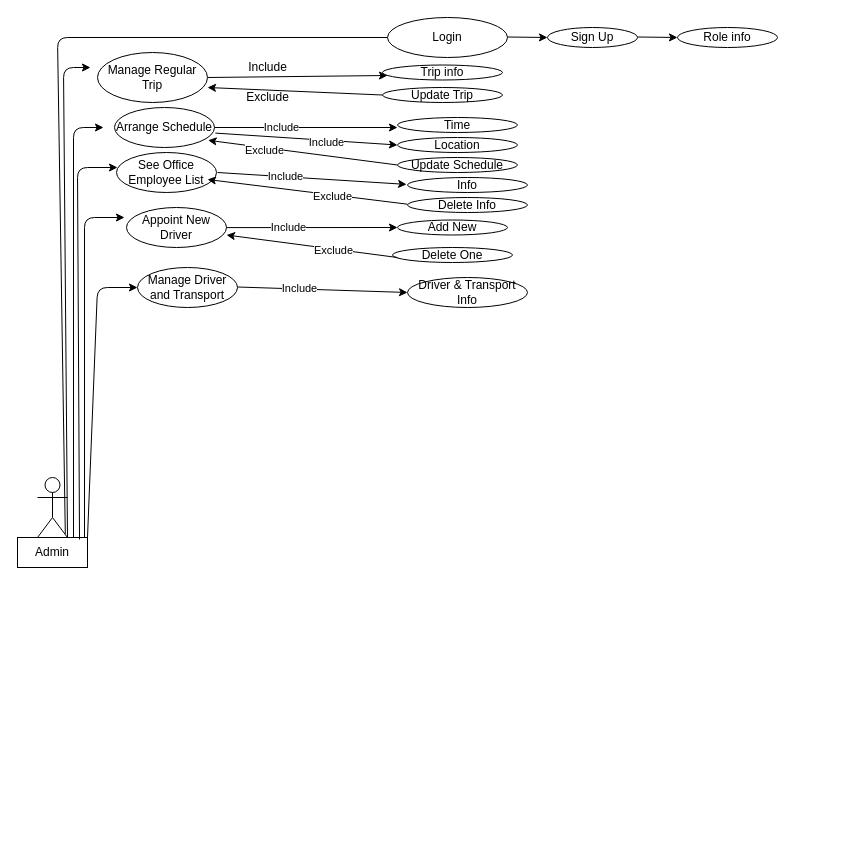
Above: Untitled Diagram.drawio in SHIMAISRAFIL/Transport-Schedule (draw.io), before the change. Source tidied: cells renumbered, new cells numbered last; positions are measured from the earlier drawing's top-left corner, leaving out a move shared by most shapes. Both pictures are drawn from the tidied source at 100%, with x=0, y=0 at pixel (17, 17).
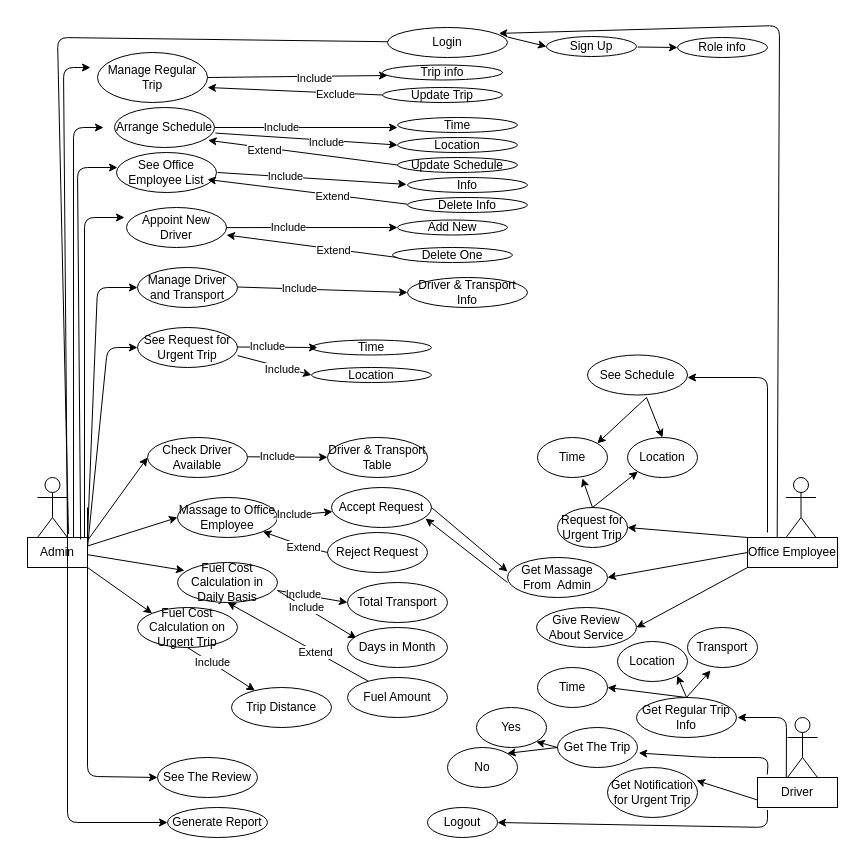
Above is the later version.

Unchanged cells that the change refers to:
```xml
<mxCell id="6" style="endArrow=classic;html=1;exitX=1;exitY=0.5;exitDx=0;exitDy=0;" parent="1" edge="1" source="19">
  <mxGeometry relative="1" as="geometry">
    <mxPoint x="370" y="58" as="targetPoint" />
  </mxGeometry>
</mxCell>
<mxCell id="11" style="endArrow=classic;html=1;exitX=0;exitY=0.5;exitDx=0;exitDy=0;" parent="1" edge="1" source="10">
  <mxGeometry relative="1" as="geometry">
    <mxPoint x="190" y="70" as="targetPoint" />
  </mxGeometry>
</mxCell>
<mxCell id="27" style="endArrow=classic;html=1;exitX=0;exitY=0.5;exitDx=0;exitDy=0;entryX=0.936;entryY=0.82;entryDx=0;entryDy=0;entryPerimeter=0;" parent="1" edge="1" target="5">
  <mxGeometry relative="1" as="geometry">
    <mxPoint x="380" y="147.5" as="sourcePoint" />
  </mxGeometry>
</mxCell>
<mxCell id="35" style="endArrow=classic;html=1;exitX=0;exitY=0.5;exitDx=0;exitDy=0;" parent="1" edge="1">
  <mxGeometry relative="1" as="geometry">
    <mxPoint x="390" y="186.7" as="sourcePoint" />
    <mxPoint x="190" y="162" as="targetPoint" />
  </mxGeometry>
</mxCell>
<mxCell id="43" style="endArrow=classic;html=1;" parent="1" edge="1">
  <mxGeometry relative="1" as="geometry">
    <mxPoint x="380" y="240" as="sourcePoint" />
    <mxPoint x="209" y="217.5" as="targetPoint" />
  </mxGeometry>
</mxCell>
```

What changed in the source:
```diff
@@
     <mxCell id="3" value="Admin" style="rounded=0;whiteSpace=wrap;html=1;" parent="1" vertex="1">
-      <mxGeometry y="520" width="70" height="30" as="geometry" />
+      <mxGeometry x="10" y="520" width="60" height="30" as="geometry" />
     </mxCell>
     <mxCell id="4" value="Login" style="ellipse;whiteSpace=wrap;html=1;" parent="1" vertex="1">
-      <mxGeometry x="370" width="120" height="40" as="geometry" />
+      <mxGeometry x="370" y="10" width="120" height="30" as="geometry" />
     </mxCell>
@@
-    <mxCell id="7" value="Include" style="text;html=1;align=center;verticalAlign=middle;strokeColor=none;" parent="1" vertex="1">
-      <mxGeometry x="220" y="40" width="60" height="20" as="geometry" />
-    </mxCell>
+    <mxCell id="50" value="Include" style="edgeLabel;html=1;align=center;verticalAlign=middle;" parent="6" vertex="1">
+      <mxGeometry x="0.18" y="-2" relative="1" as="geometry" />
+    </mxCell>
@@
-    <mxCell id="12" value="Exclude" style="text;html=1;align=center;verticalAlign=middle;strokeColor=none;" parent="1" vertex="1">
-      <mxGeometry x="220" y="70" width="60" height="20" as="geometry" />
+    <mxCell id="12" value="Exclude" style="edgeLabel;html=1;align=center;verticalAlign=middle;" parent="11" vertex="1">
+      <mxGeometry x="-0.45" y="1" relative="1" as="geometry" />
     </mxCell>
-    <mxCell id="13" style="endArrow=classic;html=1;" parent="1" edge="1" target="14">
+    <mxCell id="13" style="endArrow=classic;html=1;entryX=0;entryY=0.5;entryDx=0;entryDy=0;" parent="1" edge="1" target="14">
       <mxGeometry relative="1" as="geometry">
         <mxPoint x="490" y="19.5" as="sourcePoint" />
       </mxGeometry>
     </mxCell>
     <mxCell id="14" value="Sign Up" style="ellipse;whiteSpace=wrap;html=1;" parent="1" vertex="1">
-      <mxGeometry x="530" y="10" width="90" height="20" as="geometry" />
+      <mxGeometry x="529" y="19" width="90" height="20" as="geometry" />
     </mxCell>
     <mxCell id="15" style="endArrow=classic;html=1;" parent="1" edge="1">
       <mxGeometry relative="1" as="geometry">
-        <mxPoint x="620" y="19.5" as="sourcePoint" />
-        <mxPoint x="660" y="20" as="targetPoint" />
+        <mxPoint x="620" y="29.5" as="sourcePoint" />
+        <mxPoint x="660" y="30" as="targetPoint" />
       </mxGeometry>
     </mxCell>
     <mxCell id="16" value="Role info" style="ellipse;whiteSpace=wrap;html=1;" parent="1" vertex="1">
-      <mxGeometry x="660" y="10" width="100" height="20" as="geometry" />
+      <mxGeometry x="660" y="20" width="90" height="20" as="geometry" />
     </mxCell>
@@
-    <mxCell id="28" value="Exclude" style="edgeLabel;html=1;align=center;verticalAlign=middle;" parent="27" vertex="1">
+    <mxCell id="28" value="Extend" style="edgeLabel;html=1;align=center;verticalAlign=middle;" parent="27" vertex="1">
       <mxGeometry x="0.4" y="2" relative="1" as="geometry" />
     </mxCell>
@@
-    <mxCell id="36" value="Exclude" style="edgeLabel;html=1;align=center;verticalAlign=middle;" parent="35" vertex="1">
+    <mxCell id="36" value="Extend" style="edgeLabel;html=1;align=center;verticalAlign=middle;" parent="35" vertex="1">
       <mxGeometry x="-0.25" y="1" relative="1" as="geometry" />
     </mxCell>
@@
-    <mxCell id="44" value="Exclude" style="edgeLabel;html=1;align=center;verticalAlign=middle;" parent="43" vertex="1">
+    <mxCell id="44" value="Extend" style="edgeLabel;html=1;align=center;verticalAlign=middle;" parent="43" vertex="1">
       <mxGeometry x="-0.25" y="1" relative="1" as="geometry" />
     </mxCell>
@@
+    <mxCell id="51" style="endArrow=classic;html=1;" parent="1" edge="1">
+      <mxGeometry relative="1" as="geometry">
+        <mxPoint x="70" y="530" as="sourcePoint" />
+        <mxPoint x="120" y="330" as="targetPoint" />
+        <Array as="points">
+          <mxPoint x="90" y="330" />
+        </Array>
+      </mxGeometry>
+    </mxCell>
+    <mxCell id="52" value="See Request for Urgent Trip" style="ellipse;whiteSpace=wrap;html=1;" parent="1" vertex="1">
+      <mxGeometry x="120" y="310" width="100" height="40" as="geometry" />
+    </mxCell>
+    <mxCell id="53" value="Time" style="ellipse;whiteSpace=wrap;html=1;" parent="1" vertex="1">
+      <mxGeometry x="294" y="322.5" width="120" height="15" as="geometry" />
+    </mxCell>
+    <mxCell id="54" style="endArrow=classic;html=1;exitX=1;exitY=0.5;exitDx=0;exitDy=0;" parent="1" edge="1">
+      <mxGeometry relative="1" as="geometry">
+        <mxPoint x="220" y="329.5" as="sourcePoint" />
+        <mxPoint x="300" y="330" as="targetPoint" />
+      </mxGeometry>
+    </mxCell>
+    <mxCell id="55" value="Include" style="edgeLabel;html=1;align=center;verticalAlign=middle;" parent="54" vertex="1">
+      <mxGeometry x="-0.28" y="1" relative="1" as="geometry" />
+    </mxCell>
+    <mxCell id="56" value="Location" style="ellipse;whiteSpace=wrap;html=1;" parent="1" vertex="1">
+      <mxGeometry x="294" y="350" width="120" height="15" as="geometry" />
+    </mxCell>
+    <mxCell id="57" style="endArrow=classic;html=1;exitX=1.009;exitY=0.64;exitDx=0;exitDy=0;exitPerimeter=0;entryX=0;entryY=0.5;entryDx=0;entryDy=0;" parent="1" edge="1" target="56">
+      <mxGeometry relative="1" as="geometry">
+        <mxPoint x="220" y="338.1" as="sourcePoint" />
+      </mxGeometry>
+    </mxCell>
+    <mxCell id="58" value="Include" style="edgeLabel;html=1;align=center;verticalAlign=middle;" parent="57" vertex="1">
+      <mxGeometry x="0.22" y="-2" relative="1" as="geometry" />
+    </mxCell>
+    <mxCell id="59" value="Check Driver Available" style="ellipse;whiteSpace=wrap;html=1;" parent="1" vertex="1">
+      <mxGeometry x="130" y="420" width="100" height="40" as="geometry" />
+    </mxCell>
+    <mxCell id="60" style="endArrow=classic;html=1;exitX=1;exitY=0.5;exitDx=0;exitDy=0;" parent="1" edge="1">
+      <mxGeometry relative="1" as="geometry">
+        <mxPoint x="230" y="439.3" as="sourcePoint" />
+        <mxPoint x="310" y="439.8" as="targetPoint" />
+      </mxGeometry>
+    </mxCell>
+    <mxCell id="61" value="Include" style="edgeLabel;html=1;align=center;verticalAlign=middle;" parent="60" vertex="1">
+      <mxGeometry x="-0.28" y="1" relative="1" as="geometry" />
+    </mxCell>
+    <mxCell id="62" value="Driver &amp;amp; Transport Table" style="ellipse;whiteSpace=wrap;html=1;" parent="1" vertex="1">
+      <mxGeometry x="310" y="420" width="100" height="40" as="geometry" />
+    </mxCell>
+    <mxCell id="63" style="endArrow=classic;html=1;entryX=0;entryY=0.5;entryDx=0;entryDy=0;" parent="1" edge="1" target="59">
+      <mxGeometry relative="1" as="geometry">
+        <mxPoint x="70" y="523" as="sourcePoint" />
+      </mxGeometry>
+    </mxCell>
+    <mxCell id="64" style="endArrow=classic;html=1;exitX=1;exitY=0.75;exitDx=0;exitDy=0;entryX=0;entryY=0.5;entryDx=0;entryDy=0;" parent="1" edge="1" target="65">
+      <mxGeometry relative="1" as="geometry">
+        <mxPoint x="70" y="528.5" as="sourcePoint" />
+      </mxGeometry>
+    </mxCell>
+    <mxCell id="65" value="Massage to Office Employee" style="ellipse;whiteSpace=wrap;html=1;" parent="1" vertex="1">
+      <mxGeometry x="160" y="480" width="100" height="40" as="geometry" />
+    </mxCell>
+    <mxCell id="66" style="endArrow=classic;html=1;exitX=1;exitY=0.5;exitDx=0;exitDy=0;" parent="1" edge="1" target="68">
+      <mxGeometry relative="1" as="geometry">
+        <mxPoint x="256" y="499.7" as="sourcePoint" />
+      </mxGeometry>
+    </mxCell>
+    <mxCell id="67" value="Include" style="edgeLabel;html=1;align=center;verticalAlign=middle;" parent="66" vertex="1">
+      <mxGeometry x="-0.28" y="1" relative="1" as="geometry" />
+    </mxCell>
+    <mxCell id="68" value="Accept Request" style="ellipse;whiteSpace=wrap;html=1;" parent="1" vertex="1">
+      <mxGeometry x="314" y="470" width="100" height="40" as="geometry" />
+    </mxCell>
+    <mxCell id="69" value="Reject Request" style="ellipse;whiteSpace=wrap;html=1;" parent="1" vertex="1">
+      <mxGeometry x="310" y="515" width="100" height="40" as="geometry" />
+    </mxCell>
+    <mxCell id="70" style="endArrow=classic;html=1;entryX=1;entryY=1;entryDx=0;entryDy=0;exitX=0;exitY=0.5;exitDx=0;exitDy=0;" parent="1" edge="1" source="69" target="65">
+      <mxGeometry relative="1" as="geometry">
+        <Array as="points">
+          <mxPoint x="290" y="530" />
+        </Array>
+      </mxGeometry>
+    </mxCell>
+    <mxCell id="71" value="Extend" style="edgeLabel;html=1;align=center;verticalAlign=middle;" parent="70" vertex="1">
+      <mxGeometry x="-0.25" y="1" relative="1" as="geometry" />
+    </mxCell>
+    <mxCell id="72" style="endArrow=classic;html=1;exitX=1;exitY=0.75;exitDx=0;exitDy=0;entryX=0.07;entryY=0.2;entryDx=0;entryDy=0;entryPerimeter=0;" parent="1" edge="1" target="73">
+      <mxGeometry relative="1" as="geometry">
+        <mxPoint x="70" y="537.2" as="sourcePoint" />
+      </mxGeometry>
+    </mxCell>
+    <mxCell id="73" value="Fuel Cost Calculation in Daily Basis" style="ellipse;whiteSpace=wrap;html=1;" parent="1" vertex="1">
+      <mxGeometry x="160" y="545" width="100" height="40" as="geometry" />
+    </mxCell>
+    <mxCell id="74" style="endArrow=classic;html=1;exitX=1;exitY=0.7;exitDx=0;exitDy=0;exitPerimeter=0;entryX=0;entryY=0.5;entryDx=0;entryDy=0;" parent="1" edge="1" source="73" target="78">
+      <mxGeometry relative="1" as="geometry" />
+    </mxCell>
+    <mxCell id="75" value="Include" style="edgeLabel;html=1;align=center;verticalAlign=middle;" parent="74" vertex="1">
+      <mxGeometry x="-0.28" y="1" relative="1" as="geometry" />
+    </mxCell>
+    <mxCell id="76" style="endArrow=classic;html=1;exitX=1;exitY=0.7;exitDx=0;exitDy=0;exitPerimeter=0;entryX=0.09;entryY=0.275;entryDx=0;entryDy=0;entryPerimeter=0;" parent="1" edge="1" source="73" target="79">
+      <mxGeometry relative="1" as="geometry" />
+    </mxCell>
+    <mxCell id="77" value="Include" style="edgeLabel;html=1;align=center;verticalAlign=middle;" parent="76" vertex="1">
+      <mxGeometry x="-0.28" y="1" relative="1" as="geometry" />
+    </mxCell>
+    <mxCell id="78" value="Total Transport" style="ellipse;whiteSpace=wrap;html=1;" parent="1" vertex="1">
+      <mxGeometry x="330" y="565" width="100" height="40" as="geometry" />
+    </mxCell>
+    <mxCell id="79" value="Days in Month" style="ellipse;whiteSpace=wrap;html=1;" parent="1" vertex="1">
+      <mxGeometry x="330" y="610" width="100" height="40" as="geometry" />
+    </mxCell>
+    <mxCell id="80" style="endArrow=classic;html=1;entryX=0.5;entryY=1;entryDx=0;entryDy=0;" parent="1" edge="1" source="82" target="73">
+      <mxGeometry relative="1" as="geometry" />
+    </mxCell>
+    <mxCell id="81" value="Extend" style="edgeLabel;html=1;align=center;verticalAlign=middle;" parent="80" vertex="1">
+      <mxGeometry x="-0.25" y="1" relative="1" as="geometry" />
+    </mxCell>
+    <mxCell id="82" value="Fuel Amount" style="ellipse;whiteSpace=wrap;html=1;" parent="1" vertex="1">
+      <mxGeometry x="330" y="660" width="100" height="40" as="geometry" />
+    </mxCell>
+    <mxCell id="83" style="endArrow=classic;html=1;exitX=1;exitY=1;exitDx=0;exitDy=0;exitPerimeter=0;entryX=0;entryY=0;entryDx=0;entryDy=0;" parent="1" edge="1" source="3" target="84">
+      <mxGeometry relative="1" as="geometry" />
+    </mxCell>
+    <mxCell id="84" value="Fuel Cost Calculation on Urgent Trip " style="ellipse;whiteSpace=wrap;html=1;" parent="1" vertex="1">
+      <mxGeometry x="120" y="590" width="100" height="40" as="geometry" />
+    </mxCell>
+    <mxCell id="85" style="endArrow=classic;html=1;exitX=0.5;exitY=1;exitDx=0;exitDy=0;" parent="1" edge="1" source="84" target="87">
+      <mxGeometry relative="1" as="geometry" />
+    </mxCell>
+    <mxCell id="86" value="Include" style="edgeLabel;html=1;align=center;verticalAlign=middle;" parent="85" vertex="1">
+      <mxGeometry x="-0.28" y="1" relative="1" as="geometry" />
+    </mxCell>
+    <mxCell id="87" value="Trip Distance" style="ellipse;whiteSpace=wrap;html=1;" parent="1" vertex="1">
+      <mxGeometry x="214" y="670" width="100" height="40" as="geometry" />
+    </mxCell>
+    <mxCell id="88" style="endArrow=classic;html=1;exitX=1;exitY=1;exitDx=0;exitDy=0;exitPerimeter=0;entryX=0;entryY=0.5;entryDx=0;entryDy=0;" parent="1" edge="1" target="89">
+      <mxGeometry relative="1" as="geometry">
+        <mxPoint x="70" y="490" as="sourcePoint" />
+        <Array as="points">
+          <mxPoint x="70" y="758.9" />
+        </Array>
+      </mxGeometry>
+    </mxCell>
+    <mxCell id="89" value="See The Review" style="ellipse;whiteSpace=wrap;html=1;" parent="1" vertex="1">
+      <mxGeometry x="140" y="740" width="100" height="40" as="geometry" />
+    </mxCell>
+    <mxCell id="90" style="endArrow=classic;html=1;exitX=1;exitY=1;exitDx=0;exitDy=0;exitPerimeter=0;entryX=0;entryY=0.5;entryDx=0;entryDy=0;" parent="1" edge="1" target="91">
+      <mxGeometry relative="1" as="geometry">
+        <mxPoint x="50" y="484" as="sourcePoint" />
+        <Array as="points">
+          <mxPoint x="50" y="805" />
+        </Array>
+      </mxGeometry>
+    </mxCell>
+    <mxCell id="91" value="Generate Report" style="ellipse;whiteSpace=wrap;html=1;" parent="1" vertex="1">
+      <mxGeometry x="150" y="790" width="100" height="30" as="geometry" />
+    </mxCell>
+    <mxCell id="92" style="endArrow=classic;html=1;exitX=1;exitY=0.5;exitDx=0;exitDy=0;" parent="1" edge="1" source="68">
+      <mxGeometry relative="1" as="geometry">
+        <mxPoint x="490" y="554" as="targetPoint" />
+      </mxGeometry>
+    </mxCell>
+    <mxCell id="93" style="endArrow=classic;html=1;entryX=0.94;entryY=0.775;entryDx=0;entryDy=0;entryPerimeter=0;" parent="1" edge="1" target="68">
+      <mxGeometry relative="1" as="geometry">
+        <mxPoint x="490" y="565" as="sourcePoint" />
+      </mxGeometry>
+    </mxCell>
+    <mxCell id="94" value="Get Massage From&amp;nbsp; Admin" style="ellipse;whiteSpace=wrap;html=1;" parent="1" vertex="1">
+      <mxGeometry x="490" y="540" width="100" height="40" as="geometry" />
+    </mxCell>
+    <mxCell id="95" style="shape=umlActor;verticalLabelPosition=bottom;verticalAlign=top;html=1;" parent="1" vertex="1">
+      <mxGeometry x="768.5" y="460" width="30" height="60" as="geometry" />
+    </mxCell>
+    <mxCell id="96" value="Office Employee" style="rounded=0;whiteSpace=wrap;html=1;" parent="1" vertex="1">
+      <mxGeometry x="730" y="520" width="90" height="30" as="geometry" />
+    </mxCell>
+    <mxCell id="97" style="endArrow=classic;html=1;entryX=0.928;entryY=0.197;entryDx=0;entryDy=0;entryPerimeter=0;exitX=0.33;exitY=0;exitDx=0;exitDy=0;exitPerimeter=0;" parent="1" edge="1" source="96" target="4">
+      <mxGeometry relative="1" as="geometry">
+        <Array as="points">
+          <mxPoint x="762" y="8" />
+        </Array>
+      </mxGeometry>
+    </mxCell>
+    <mxCell id="98" style="endArrow=classic;html=1;" parent="1" edge="1">
+      <mxGeometry relative="1" as="geometry">
+        <mxPoint x="750" y="515" as="sourcePoint" />
+        <mxPoint x="670" y="360" as="targetPoint" />
+        <Array as="points">
+          <mxPoint x="750" y="360" />
+        </Array>
+      </mxGeometry>
+    </mxCell>
+    <mxCell id="99" value="See Schedule " style="ellipse;whiteSpace=wrap;html=1;" parent="1" vertex="1">
+      <mxGeometry x="570" y="337.5" width="100" height="40" as="geometry" />
+    </mxCell>
+    <mxCell id="100" style="endArrow=classic;html=1;entryX=0.5;entryY=0;entryDx=0;entryDy=0;" parent="1" edge="1" target="102">
+      <mxGeometry relative="1" as="geometry">
+        <mxPoint x="629" y="380" as="sourcePoint" />
+      </mxGeometry>
+    </mxCell>
+    <mxCell id="101" style="endArrow=classic;html=1;entryX=1;entryY=0;entryDx=0;entryDy=0;" parent="1" edge="1" target="103">
+      <mxGeometry relative="1" as="geometry">
+        <mxPoint x="629" y="380" as="sourcePoint" />
+      </mxGeometry>
+    </mxCell>
+    <mxCell id="102" value="Location" style="ellipse;whiteSpace=wrap;html=1;" parent="1" vertex="1">
+      <mxGeometry x="610" y="420" width="70" height="40" as="geometry" />
+    </mxCell>
+    <mxCell id="103" value="Time" style="ellipse;whiteSpace=wrap;html=1;" parent="1" vertex="1">
+      <mxGeometry x="520" y="420" width="70" height="40" as="geometry" />
+    </mxCell>
+    <mxCell id="104" style="endArrow=classic;html=1;exitX=0;exitY=0;exitDx=0;exitDy=0;" parent="1" edge="1" source="96">
+      <mxGeometry relative="1" as="geometry">
+        <mxPoint x="610" y="510" as="targetPoint" />
+      </mxGeometry>
+    </mxCell>
+    <mxCell id="105" value="Request for Urgent Trip" style="ellipse;whiteSpace=wrap;html=1;" parent="1" vertex="1">
+      <mxGeometry x="540" y="490" width="70" height="40" as="geometry" />
+    </mxCell>
+    <mxCell id="106" style="endArrow=classic;html=1;exitX=0.5;exitY=0;exitDx=0;exitDy=0;entryX=0.641;entryY=1.021;entryDx=0;entryDy=0;entryPerimeter=0;" parent="1" edge="1" source="105" target="103">
+      <mxGeometry relative="1" as="geometry" />
+    </mxCell>
+    <mxCell id="107" style="endArrow=classic;html=1;exitX=0.5;exitY=0;exitDx=0;exitDy=0;entryX=0;entryY=1;entryDx=0;entryDy=0;" parent="1" edge="1" source="105" target="102">
+      <mxGeometry relative="1" as="geometry" />
+    </mxCell>
+    <mxCell id="108" style="endArrow=classic;html=1;exitX=0;exitY=0.5;exitDx=0;exitDy=0;entryX=1;entryY=0.5;entryDx=0;entryDy=0;entryPerimeter=0;" parent="1" edge="1" source="96" target="94">
+      <mxGeometry relative="1" as="geometry" />
+    </mxCell>
+    <mxCell id="109" style="endArrow=classic;html=1;exitX=0;exitY=1;exitDx=0;exitDy=0;entryX=1;entryY=0.5;entryDx=0;entryDy=0;" parent="1" edge="1" source="96" target="110">
+      <mxGeometry relative="1" as="geometry" />
+    </mxCell>
+    <mxCell id="110" value="Give Review About Service" style="ellipse;whiteSpace=wrap;html=1;" parent="1" vertex="1">
+      <mxGeometry x="519" y="590" width="100" height="40" as="geometry" />
+    </mxCell>
+    <mxCell id="111" style="shape=umlActor;verticalLabelPosition=bottom;verticalAlign=top;html=1;" parent="1" vertex="1">
+      <mxGeometry x="770" y="700" width="30" height="60" as="geometry" />
+    </mxCell>
+    <mxCell id="112" value="Driver" style="rounded=0;whiteSpace=wrap;html=1;" parent="1" vertex="1">
+      <mxGeometry x="740" y="760" width="80" height="30" as="geometry" />
+    </mxCell>
+    <mxCell id="113" style="endArrow=classic;html=1;exitX=0.25;exitY=0;exitDx=0;exitDy=0;" parent="1" edge="1">
+      <mxGeometry relative="1" as="geometry">
+        <mxPoint x="768.8" y="760" as="sourcePoint" />
+        <mxPoint x="720" y="700" as="targetPoint" />
+        <Array as="points">
+          <mxPoint x="769" y="700" />
+        </Array>
+      </mxGeometry>
+    </mxCell>
+    <mxCell id="114" value="Get Regular Trip Info" style="ellipse;whiteSpace=wrap;html=1;" parent="1" vertex="1">
+      <mxGeometry x="619" y="680" width="100" height="40" as="geometry" />
+    </mxCell>
+    <mxCell id="115" style="endArrow=classic;html=1;exitX=0.5;exitY=0;exitDx=0;exitDy=0;entryX=0.329;entryY=1.075;entryDx=0;entryDy=0;entryPerimeter=0;" parent="1" edge="1" source="114" target="117">
+      <mxGeometry relative="1" as="geometry" />
+    </mxCell>
+    <mxCell id="116" value="Location" style="ellipse;whiteSpace=wrap;html=1;" parent="1" vertex="1">
+      <mxGeometry x="600" y="624" width="70" height="40" as="geometry" />
+    </mxCell>
+    <mxCell id="117" value="Transport" style="ellipse;whiteSpace=wrap;html=1;" parent="1" vertex="1">
+      <mxGeometry x="670" y="610" width="70" height="40" as="geometry" />
+    </mxCell>
+    <mxCell id="118" value="Time" style="ellipse;whiteSpace=wrap;html=1;" parent="1" vertex="1">
+      <mxGeometry x="520" y="650" width="70" height="40" as="geometry" />
+    </mxCell>
+    <mxCell id="119" style="endArrow=classic;html=1;exitX=0.5;exitY=0;exitDx=0;exitDy=0;entryX=1;entryY=1;entryDx=0;entryDy=0;" parent="1" edge="1" source="114" target="116">
+      <mxGeometry relative="1" as="geometry" />
+    </mxCell>
+    <mxCell id="120" style="endArrow=classic;html=1;exitX=0.5;exitY=0;exitDx=0;exitDy=0;entryX=1;entryY=0.5;entryDx=0;entryDy=0;" parent="1" edge="1" source="114" target="118">
+      <mxGeometry relative="1" as="geometry" />
+    </mxCell>
+    <mxCell id="121" style="endArrow=classic;html=1;exitX=0.122;exitY=-0.1;exitDx=0;exitDy=0;exitPerimeter=0;entryX=1.015;entryY=0.638;entryDx=0;entryDy=0;entryPerimeter=0;" parent="1" edge="1" source="112" target="122">
+      <mxGeometry relative="1" as="geometry">
+        <Array as="points">
+          <mxPoint x="751" y="740" />
+          <mxPoint x="690" y="740" />
+        </Array>
+      </mxGeometry>
+    </mxCell>
+    <mxCell id="122" value="Get The Trip" style="ellipse;whiteSpace=wrap;html=1;" parent="1" vertex="1">
+      <mxGeometry x="540" y="710" width="80" height="40" as="geometry" />
+    </mxCell>
+    <mxCell id="123" value="Yes" style="ellipse;whiteSpace=wrap;html=1;" parent="1" vertex="1">
+      <mxGeometry x="459" y="690" width="70" height="40" as="geometry" />
+    </mxCell>
+    <mxCell id="124" value="No" style="ellipse;whiteSpace=wrap;html=1;" parent="1" vertex="1">
+      <mxGeometry x="430" y="730" width="70" height="40" as="geometry" />
+    </mxCell>
+    <mxCell id="125" style="endArrow=classic;html=1;exitX=0;exitY=0.5;exitDx=0;exitDy=0;entryX=1;entryY=1;entryDx=0;entryDy=0;" parent="1" edge="1" source="122" target="123">
+      <mxGeometry relative="1" as="geometry" />
+    </mxCell>
+    <mxCell id="126" style="endArrow=classic;html=1;exitX=0;exitY=0.5;exitDx=0;exitDy=0;entryX=1;entryY=0;entryDx=0;entryDy=0;" parent="1" edge="1" source="122" target="124">
+      <mxGeometry relative="1" as="geometry" />
+    </mxCell>
+    <mxCell id="127" style="endArrow=classic;html=1;exitX=0;exitY=0.75;exitDx=0;exitDy=0;entryX=0.989;entryY=0.26;entryDx=0;entryDy=0;entryPerimeter=0;" parent="1" edge="1" source="112" target="128">
+      <mxGeometry relative="1" as="geometry" />
+    </mxCell>
+    <mxCell id="128" value="Get Notification for Urgent Trip" style="ellipse;whiteSpace=wrap;html=1;" parent="1" vertex="1">
+      <mxGeometry x="590" y="750" width="90" height="50" as="geometry" />
+    </mxCell>
+    <mxCell id="129" style="endArrow=classic;html=1;exitX=0;exitY=0.75;exitDx=0;exitDy=0;entryX=1;entryY=0.5;entryDx=0;entryDy=0;" parent="1" edge="1" target="130">
+      <mxGeometry relative="1" as="geometry">
+        <mxPoint x="750" y="792.5" as="sourcePoint" />
+        <Array as="points">
+          <mxPoint x="750" y="810" />
+        </Array>
+      </mxGeometry>
+    </mxCell>
+    <mxCell id="130" value="Logout" style="ellipse;whiteSpace=wrap;html=1;" parent="1" vertex="1">
+      <mxGeometry x="410" y="790" width="70" height="30" as="geometry" />
+    </mxCell>
```
